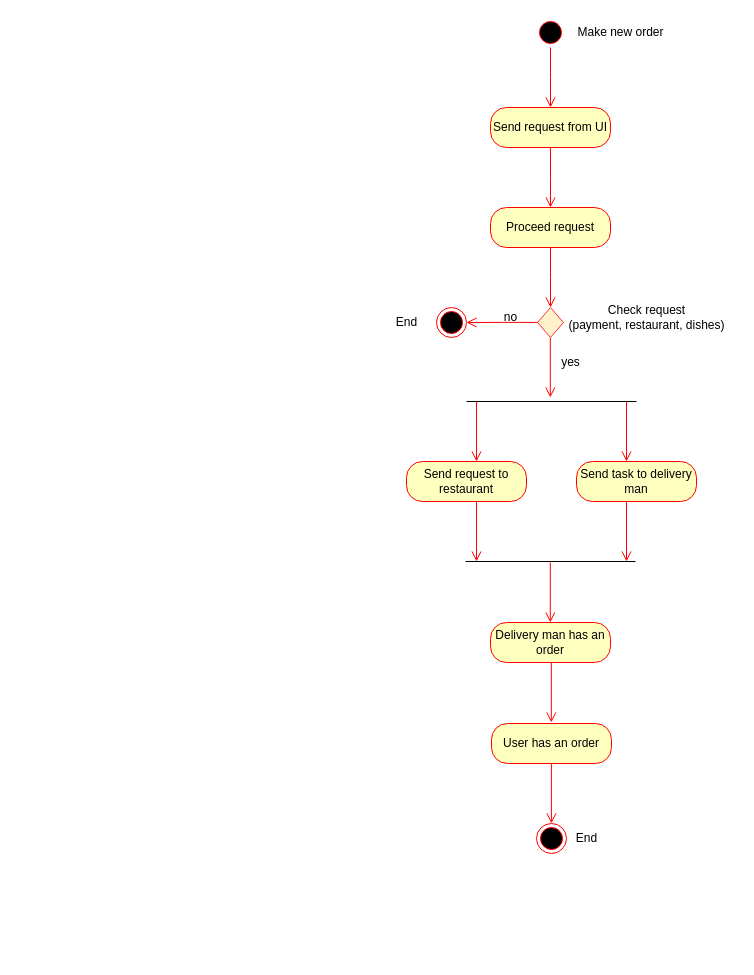
The draw.io diagram dia4.drawio in Anton-beep/task33, before the edit. Source tidied: cells renumbered, new cells numbered last; positions are measured from the earlier drawing's top-left corner, leaving out a move shared by most shapes. Both pictures are drawn from the tidied source at 100%, with x=0, y=0 at pixel (386, 17).
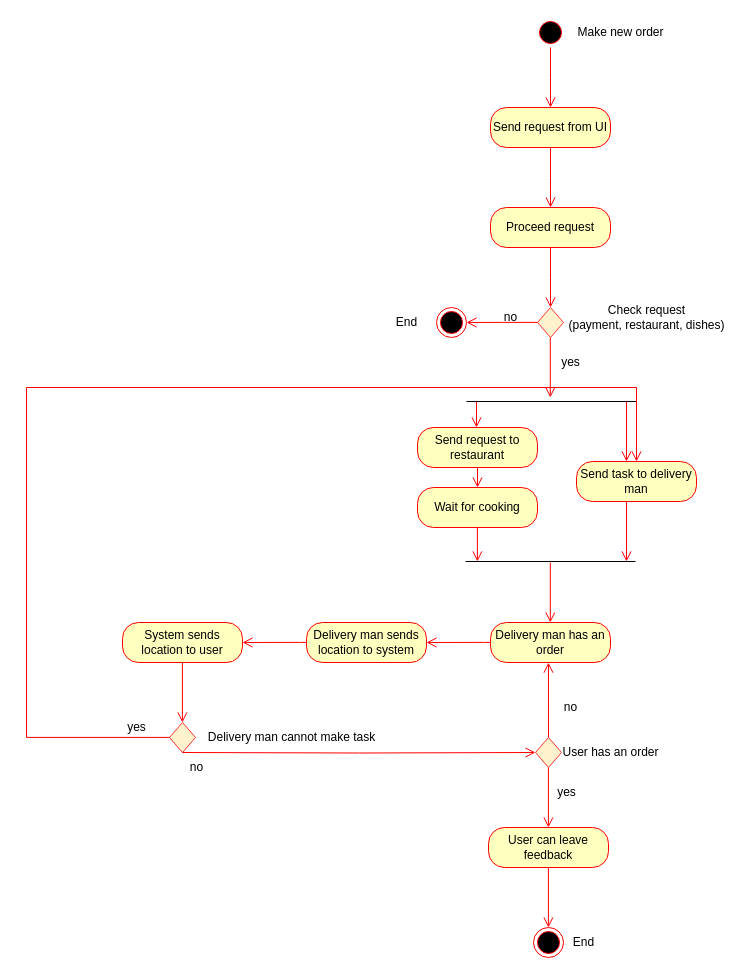
The same diagram, later.

The change refers to these unchanged cells:
```xml
<mxCell id="20" value="Send task to delivery man" style="rounded=1;whiteSpace=wrap;html=1;arcSize=40;fontColor=#000000;fillColor=#ffffc0;strokeColor=#ff0000;" parent="1" vertex="1">
  <mxGeometry x="190" y="444" width="120" height="40" as="geometry" />
</mxCell>
<mxCell id="25" value="Delivery man has an order" style="rounded=1;whiteSpace=wrap;html=1;arcSize=40;fontColor=#000000;fillColor=#ffffc0;strokeColor=#ff0000;" parent="1" vertex="1">
  <mxGeometry x="104" y="605" width="120" height="40" as="geometry" />
</mxCell>
```

The edit, as a diff of the source:
```diff
@@
     <mxCell id="14" value="Send request to restaurant" style="rounded=1;whiteSpace=wrap;html=1;arcSize=40;fontColor=#000000;fillColor=#ffffc0;strokeColor=#ff0000;" parent="1" vertex="1">
-      <mxGeometry x="20" y="444" width="120" height="40" as="geometry" />
+      <mxGeometry x="31" y="410" width="120" height="40" as="geometry" />
     </mxCell>
@@
     <mxCell id="18" style="edgeStyle=orthogonalEdgeStyle;html=1;verticalAlign=bottom;endArrow=open;endSize=8;strokeColor=#ff0000;rounded=0;" parent="1" edge="1">
       <mxGeometry relative="1" as="geometry">
         <mxPoint x="90" y="384" as="sourcePoint" />
-        <mxPoint x="90" y="444" as="targetPoint" />
+        <mxPoint x="90" y="410" as="targetPoint" />
+        <Array as="points">
+          <mxPoint x="90" y="410" />
+        </Array>
       </mxGeometry>
     </mxCell>
@@
-    <mxCell id="21" style="edgeStyle=orthogonalEdgeStyle;html=1;verticalAlign=bottom;endArrow=open;endSize=8;strokeColor=#ff0000;rounded=0;" parent="1" edge="1">
-      <mxGeometry relative="1" as="geometry">
-        <mxPoint x="90" y="484" as="sourcePoint" />
-        <mxPoint x="90" y="544" as="targetPoint" />
-      </mxGeometry>
-    </mxCell>
@@
     <mxCell id="26" style="edgeStyle=orthogonalEdgeStyle;html=1;verticalAlign=bottom;endArrow=open;endSize=8;strokeColor=#ff0000;rounded=0;" parent="1" edge="1">
       <mxGeometry relative="1" as="geometry">
-        <mxPoint x="164.8" y="645" as="sourcePoint" />
-        <mxPoint x="164.8" y="705" as="targetPoint" />
+        <mxPoint x="161.9" y="750" as="sourcePoint" />
+        <mxPoint x="161.9" y="810" as="targetPoint" />
       </mxGeometry>
     </mxCell>
-    <mxCell id="27" value="User has an order" style="rounded=1;whiteSpace=wrap;html=1;arcSize=40;fontColor=#000000;fillColor=#ffffc0;strokeColor=#ff0000;" parent="1" vertex="1">
-      <mxGeometry x="105" y="706" width="120" height="40" as="geometry" />
-    </mxCell>
-    <mxCell id="28" style="edgeStyle=orthogonalEdgeStyle;html=1;verticalAlign=bottom;endArrow=open;endSize=8;strokeColor=#ff0000;rounded=0;" parent="1" edge="1">
-      <mxGeometry relative="1" as="geometry">
-        <mxPoint x="164.9" y="746" as="sourcePoint" />
-        <mxPoint x="164.9" y="806" as="targetPoint" />
-      </mxGeometry>
+    <mxCell id="28" style="edgeStyle=orthogonalEdgeStyle;html=1;verticalAlign=bottom;endArrow=open;endSize=8;strokeColor=#ff0000;rounded=0;exitX=0.5;exitY=0;exitDx=0;exitDy=0;entryX=0.483;entryY=1.003;entryDx=0;entryDy=0;entryPerimeter=0;" parent="1" edge="1" source="48" target="25">
+      <mxGeometry relative="1" as="geometry" />
     </mxCell>
     <mxCell id="29" style="ellipse;html=1;shape=endState;fillColor=#000000;strokeColor=#ff0000;" parent="1" vertex="1">
-      <mxGeometry x="150" y="806" width="30" height="30" as="geometry" />
+      <mxGeometry x="147" y="910" width="30" height="30" as="geometry" />
     </mxCell>
     <mxCell id="30" value="End" style="text;html=1;align=center;verticalAlign=middle;strokeColor=none;fillColor=none;" parent="1" vertex="1">
-      <mxGeometry x="180" y="806" width="40" height="30" as="geometry" />
+      <mxGeometry x="177" y="910" width="40" height="30" as="geometry" />
     </mxCell>
@@
+    <mxCell id="32" style="edgeStyle=orthogonalEdgeStyle;html=1;verticalAlign=bottom;endArrow=open;endSize=8;strokeColor=#ff0000;rounded=0;entryX=1;entryY=0.5;entryDx=0;entryDy=0;" parent="1" edge="1" target="33">
+      <mxGeometry relative="1" as="geometry">
+        <mxPoint x="104" y="624.9" as="sourcePoint" />
+        <Array as="points">
+          <mxPoint x="98" y="625" />
+        </Array>
+      </mxGeometry>
+    </mxCell>
+    <mxCell id="33" value="Delivery man sends location to system" style="rounded=1;whiteSpace=wrap;html=1;arcSize=40;fontColor=#000000;fillColor=#ffffc0;strokeColor=#ff0000;" parent="1" vertex="1">
+      <mxGeometry x="-80" y="605" width="120" height="40" as="geometry" />
+    </mxCell>
+    <mxCell id="34" value="System sends location to user" style="rounded=1;whiteSpace=wrap;html=1;arcSize=40;fontColor=#000000;fillColor=#ffffc0;strokeColor=#ff0000;" parent="1" vertex="1">
+      <mxGeometry x="-264" y="605" width="120" height="40" as="geometry" />
+    </mxCell>
+    <mxCell id="35" style="edgeStyle=orthogonalEdgeStyle;html=1;verticalAlign=bottom;endArrow=open;endSize=8;strokeColor=#ff0000;rounded=0;entryX=1;entryY=0.5;entryDx=0;entryDy=0;" parent="1" edge="1" target="34">
+      <mxGeometry relative="1" as="geometry">
+        <mxPoint x="-80" y="624.9" as="sourcePoint" />
+        <Array as="points">
+          <mxPoint x="-86" y="625" />
+        </Array>
+      </mxGeometry>
+    </mxCell>
+    <mxCell id="36" style="edgeStyle=orthogonalEdgeStyle;html=1;verticalAlign=bottom;endArrow=open;endSize=8;strokeColor=#ff0000;rounded=0;" parent="1" edge="1">
+      <mxGeometry relative="1" as="geometry">
+        <mxPoint x="90.9" y="508" as="sourcePoint" />
+        <mxPoint x="90.9" y="544" as="targetPoint" />
+      </mxGeometry>
+    </mxCell>
+    <mxCell id="37" value="Wait for cooking" style="rounded=1;whiteSpace=wrap;html=1;arcSize=40;fontColor=#000000;fillColor=#ffffc0;strokeColor=#ff0000;" parent="1" vertex="1">
+      <mxGeometry x="31" y="470" width="120" height="40" as="geometry" />
+    </mxCell>
+    <mxCell id="38" style="edgeStyle=orthogonalEdgeStyle;html=1;verticalAlign=bottom;endArrow=open;endSize=8;strokeColor=#ff0000;rounded=0;" parent="1" edge="1">
+      <mxGeometry relative="1" as="geometry">
+        <mxPoint x="91" y="450" as="sourcePoint" />
+        <mxPoint x="91" y="470" as="targetPoint" />
+        <Array as="points">
+          <mxPoint x="91" y="470" />
+        </Array>
+      </mxGeometry>
+    </mxCell>
+    <mxCell id="39" value="User can leave feedback" style="rounded=1;whiteSpace=wrap;html=1;arcSize=40;fontColor=#000000;fillColor=#ffffc0;strokeColor=#ff0000;" parent="1" vertex="1">
+      <mxGeometry x="102" y="810" width="120" height="40" as="geometry" />
+    </mxCell>
+    <mxCell id="40" style="edgeStyle=orthogonalEdgeStyle;html=1;verticalAlign=bottom;endArrow=open;endSize=8;strokeColor=#ff0000;rounded=0;" parent="1" edge="1">
+      <mxGeometry relative="1" as="geometry">
+        <mxPoint x="161.9" y="850" as="sourcePoint" />
+        <mxPoint x="161.9" y="910" as="targetPoint" />
+      </mxGeometry>
+    </mxCell>
+    <mxCell id="41" style="rhombus;whiteSpace=wrap;html=1;fillColor=#fff2cc;strokeColor=#FF3333;" parent="1" vertex="1">
+      <mxGeometry x="-217" y="705" width="26" height="30" as="geometry" />
+    </mxCell>
+    <mxCell id="42" style="edgeStyle=orthogonalEdgeStyle;html=1;verticalAlign=bottom;endArrow=open;endSize=8;strokeColor=#ff0000;rounded=0;" parent="1" edge="1">
+      <mxGeometry relative="1" as="geometry">
+        <mxPoint x="-204.1" y="645" as="sourcePoint" />
+        <mxPoint x="-204.1" y="705" as="targetPoint" />
+      </mxGeometry>
+    </mxCell>
+    <mxCell id="43" value="Delivery man cannot make task" style="text;html=1;align=center;verticalAlign=middle;strokeColor=none;fillColor=none;" parent="1" vertex="1">
+      <mxGeometry x="-190" y="705" width="190" height="30" as="geometry" />
+    </mxCell>
+    <mxCell id="44" style="edgeStyle=orthogonalEdgeStyle;html=1;verticalAlign=bottom;endArrow=open;endSize=8;strokeColor=#ff0000;rounded=0;entryX=0.5;entryY=0;entryDx=0;entryDy=0;" parent="1" edge="1" target="20">
+      <mxGeometry relative="1" as="geometry">
+        <mxPoint x="-217" y="719.9" as="sourcePoint" />
+        <Array as="points">
+          <mxPoint x="-360" y="720" />
+          <mxPoint x="-360" y="370" />
+          <mxPoint x="250" y="370" />
+        </Array>
+      </mxGeometry>
+    </mxCell>
+    <mxCell id="45" value="yes" style="text;html=1;align=center;verticalAlign=middle;strokeColor=none;fillColor=none;" parent="1" vertex="1">
+      <mxGeometry x="-270" y="695" width="40" height="30" as="geometry" />
+    </mxCell>
+    <mxCell id="46" style="edgeStyle=orthogonalEdgeStyle;html=1;verticalAlign=bottom;endArrow=open;endSize=8;strokeColor=#ff0000;rounded=0;entryX=0;entryY=0.5;entryDx=0;entryDy=0;" parent="1" edge="1" target="48">
+      <mxGeometry relative="1" as="geometry">
+        <mxPoint x="-204.1" y="735" as="sourcePoint" />
+      </mxGeometry>
+    </mxCell>
+    <mxCell id="47" value="no" style="text;html=1;align=center;verticalAlign=middle;strokeColor=none;fillColor=none;" parent="1" vertex="1">
+      <mxGeometry x="-210" y="735" width="40" height="30" as="geometry" />
+    </mxCell>
+    <mxCell id="48" style="rhombus;whiteSpace=wrap;html=1;fillColor=#fff2cc;strokeColor=#FF3333;" parent="1" vertex="1">
+      <mxGeometry x="149" y="720" width="26" height="30" as="geometry" />
+    </mxCell>
+    <mxCell id="27" value="User has an order" style="text;html=1;align=center;verticalAlign=middle;strokeColor=none;fillColor=none;" parent="1" vertex="1">
+      <mxGeometry x="164" y="720" width="120" height="30" as="geometry" />
+    </mxCell>
+    <mxCell id="49" value="yes" style="text;html=1;align=center;verticalAlign=middle;strokeColor=none;fillColor=none;" parent="1" vertex="1">
+      <mxGeometry x="160" y="760" width="40" height="30" as="geometry" />
+    </mxCell>
+    <mxCell id="50" value="no" style="text;html=1;align=center;verticalAlign=middle;strokeColor=none;fillColor=none;" parent="1" vertex="1">
+      <mxGeometry x="164" y="675" width="40" height="30" as="geometry" />
+    </mxCell>
```
